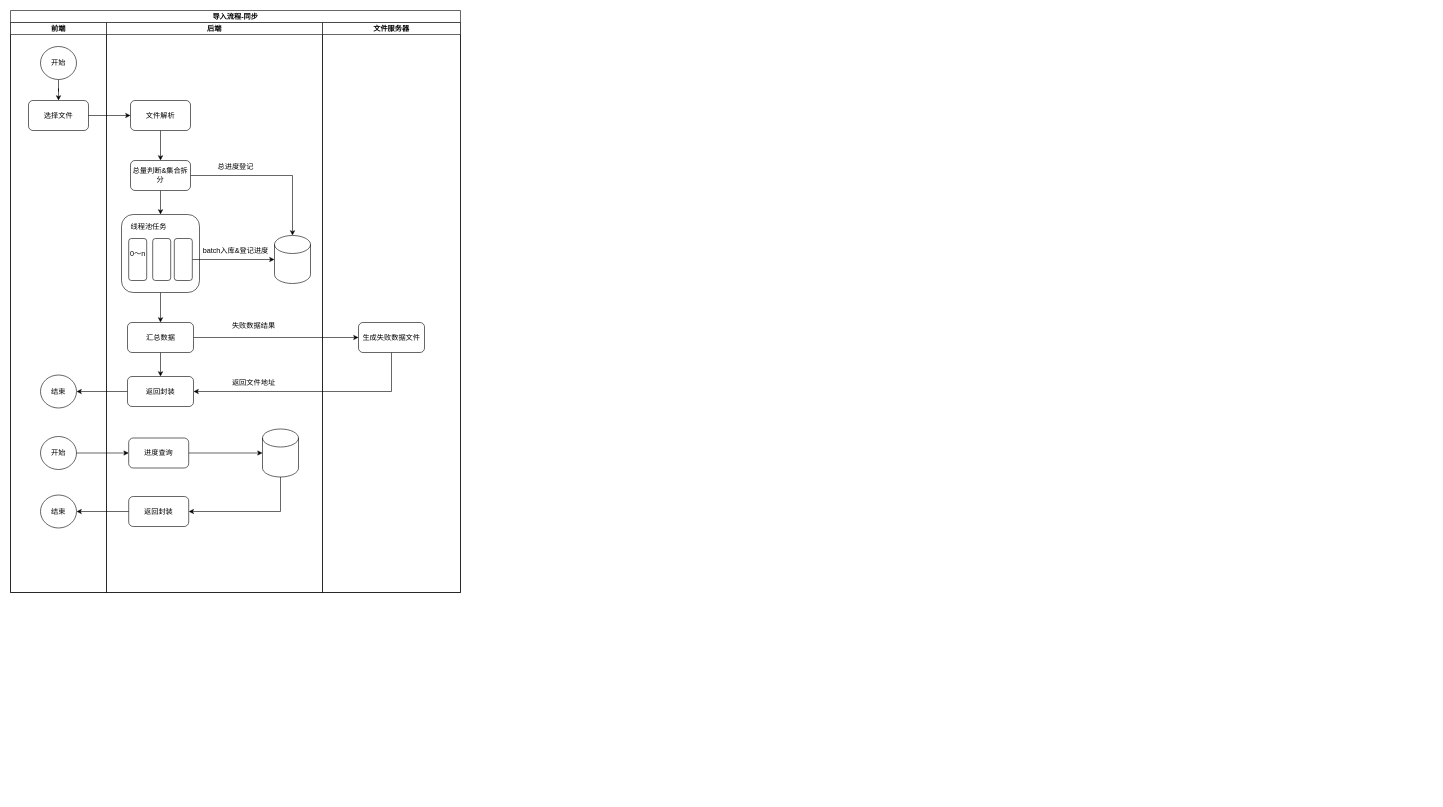
Before: Untitled Diagram.drawio in tongyongpeng/gitTest, a draw.io diagram. Source tidied: cells renumbered, new cells numbered last; positions are measured from the earlier drawing's top-left corner, leaving out a move shared by most shapes. Both pictures are drawn from the tidied source at 60%, with x=0, y=0 at pixel (10, 10).
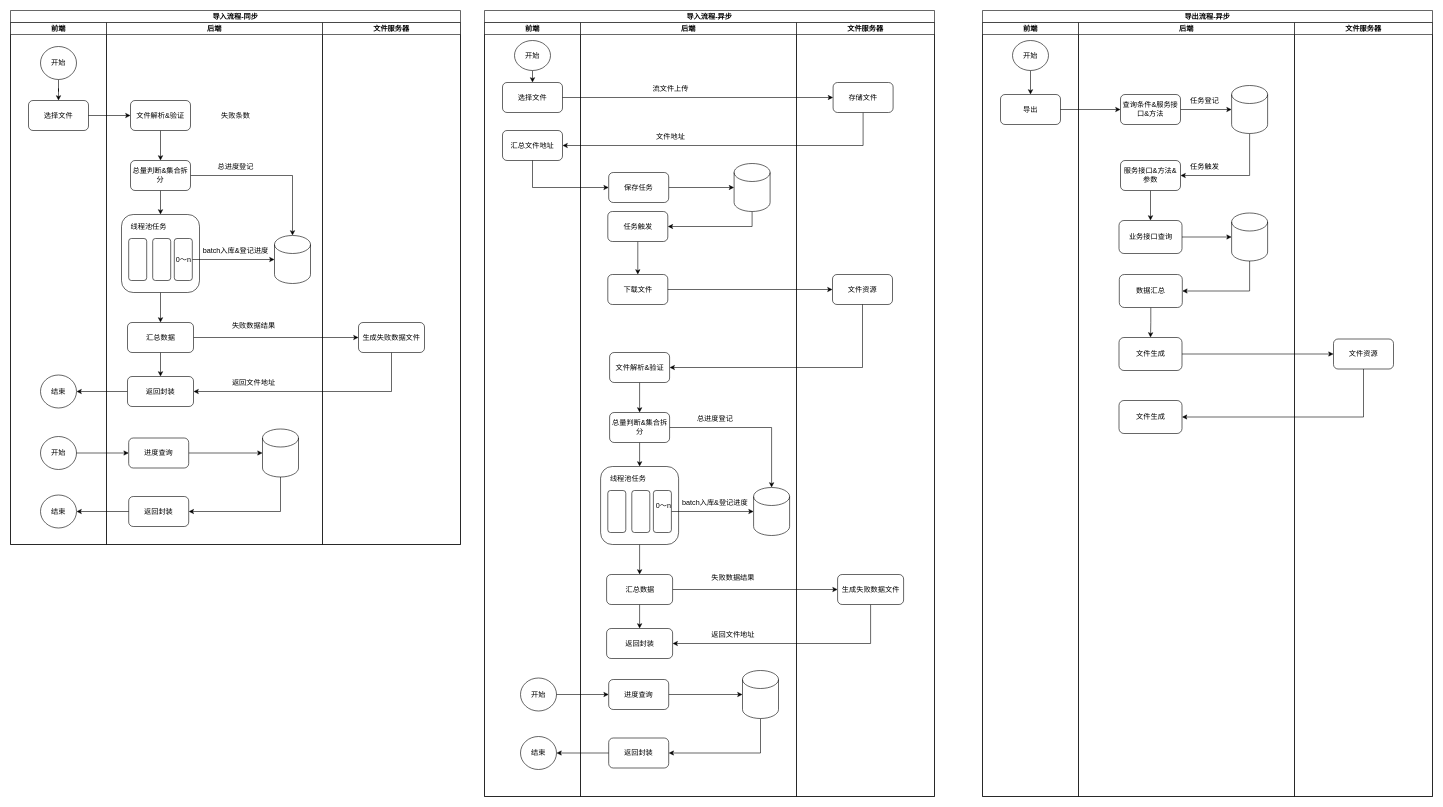
Above is the later version.

The edit, as a diff of the source:
```diff
@@
     <mxCell id="2" value="导入流程-同步" style="swimlane;startSize=20;" parent="1" vertex="1">
-      <mxGeometry width="750" height="970" as="geometry" />
+      <mxGeometry width="750" height="890" as="geometry" />
     </mxCell>
     <mxCell id="3" value="前端" style="swimlane;startSize=20;" parent="2" vertex="1">
-      <mxGeometry y="20" width="160" height="950" as="geometry" />
+      <mxGeometry y="20" width="160" height="870" as="geometry" />
     </mxCell>
@@
     <mxCell id="14" value="后端" style="swimlane;startSize=20;" parent="2" vertex="1">
-      <mxGeometry x="160" y="20" width="360" height="950" as="geometry" />
+      <mxGeometry x="160" y="20" width="360" height="870" as="geometry" />
     </mxCell>
@@
-    <mxCell id="16" value="文件解析" style="rounded=1;whiteSpace=wrap;html=1;" parent="14" vertex="1">
+    <mxCell id="16" value="文件解析&amp;amp;验证" style="rounded=1;whiteSpace=wrap;html=1;" parent="14" vertex="1">
       <mxGeometry x="40" y="130" width="100" height="50" as="geometry" />
     </mxCell>
@@
-    <mxCell id="24" value="0～n" style="text;html=1;align=center;verticalAlign=middle;strokeColor=none;fillColor=none;" parent="14" vertex="1">
-      <mxGeometry x="32" y="375" width="40" height="20" as="geometry" />
-    </mxCell>
@@
+    <mxCell id="24" value="0～n" style="text;html=1;align=center;verticalAlign=middle;strokeColor=none;fillColor=none;" parent="14" vertex="1">
+      <mxGeometry x="108" y="385" width="40" height="20" as="geometry" />
+    </mxCell>
+    <mxCell id="46" value="失败条数" style="text;html=1;align=center;verticalAlign=middle;strokeColor=none;fillColor=none;" parent="14" vertex="1">
+      <mxGeometry x="185" y="145" width="60" height="20" as="geometry" />
+    </mxCell>
     <mxCell id="42" value="文件服务器" style="swimlane;startSize=20;" parent="2" vertex="1">
-      <mxGeometry x="520" y="20" width="230" height="950" as="geometry" />
+      <mxGeometry x="520" y="20" width="230" height="870" as="geometry" />
     </mxCell>
@@
+    <mxCell id="47" value="导入流程-异步" style="swimlane;startSize=20;" parent="1" vertex="1">
+      <mxGeometry x="790" width="750" height="1310" as="geometry" />
+    </mxCell>
+    <mxCell id="48" value="前端" style="swimlane;startSize=20;" parent="47" vertex="1">
+      <mxGeometry y="20" width="160" height="1290" as="geometry" />
+    </mxCell>
+    <mxCell id="49" value="选择文件" style="rounded=1;whiteSpace=wrap;html=1;" parent="48" vertex="1">
+      <mxGeometry x="30" y="100" width="100" height="50" as="geometry" />
+    </mxCell>
+    <mxCell id="50" style="edgeStyle=orthogonalEdgeStyle;rounded=0;jettySize=auto;html=1;exitX=0.5;exitY=1;exitDx=0;exitDy=0;entryX=0.5;entryY=0;entryDx=0;entryDy=0;" parent="48" edge="1" source="51" target="49">
+      <mxGeometry relative="1" as="geometry" />
+    </mxCell>
+    <mxCell id="51" value="开始" style="ellipse;whiteSpace=wrap;html=1;rounded=1;" parent="48" vertex="1">
+      <mxGeometry x="50" y="30" width="60" height="50" as="geometry" />
+    </mxCell>
+    <mxCell id="52" value="开始" style="ellipse;whiteSpace=wrap;html=1;rounded=1;" parent="48" vertex="1">
+      <mxGeometry x="60" y="1092.5" width="60" height="55" as="geometry" />
+    </mxCell>
+    <mxCell id="53" value="结束" style="ellipse;whiteSpace=wrap;html=1;rounded=1;" parent="48" vertex="1">
+      <mxGeometry x="60" y="1190" width="60" height="55" as="geometry" />
+    </mxCell>
+    <mxCell id="54" value="汇总文件地址" style="rounded=1;whiteSpace=wrap;html=1;" parent="48" vertex="1">
+      <mxGeometry x="30" y="180" width="100" height="50" as="geometry" />
+    </mxCell>
+    <mxCell id="55" style="edgeStyle=orthogonalEdgeStyle;rounded=0;jettySize=auto;html=1;exitX=1;exitY=0.5;exitDx=0;exitDy=0;entryX=0;entryY=0.5;entryDx=0;entryDy=0;" parent="47" edge="1" source="73" target="100">
+      <mxGeometry relative="1" as="geometry" />
+    </mxCell>
+    <mxCell id="56" style="edgeStyle=orthogonalEdgeStyle;rounded=0;jettySize=auto;html=1;exitX=0.5;exitY=1;exitDx=0;exitDy=0;entryX=1;entryY=0.5;entryDx=0;entryDy=0;" parent="47" edge="1" source="100" target="76">
+      <mxGeometry relative="1" as="geometry" />
+    </mxCell>
+    <mxCell id="57" value="后端" style="swimlane;startSize=20;" parent="47" vertex="1">
+      <mxGeometry x="160" y="20" width="360" height="1290" as="geometry" />
+    </mxCell>
+    <mxCell id="58" style="edgeStyle=orthogonalEdgeStyle;rounded=0;jettySize=auto;html=1;exitX=0.5;exitY=1;exitDx=0;exitDy=0;entryX=0.5;entryY=0;entryDx=0;entryDy=0;" parent="57" edge="1" source="59" target="62">
+      <mxGeometry relative="1" as="geometry" />
+    </mxCell>
+    <mxCell id="59" value="文件解析&amp;amp;验证" style="rounded=1;whiteSpace=wrap;html=1;" parent="57" vertex="1">
+      <mxGeometry x="48.5" y="550" width="100" height="50" as="geometry" />
+    </mxCell>
+    <mxCell id="60" style="edgeStyle=orthogonalEdgeStyle;rounded=0;jettySize=auto;html=1;exitX=0.5;exitY=1;exitDx=0;exitDy=0;" parent="57" edge="1" source="62" target="64">
+      <mxGeometry relative="1" as="geometry" />
+    </mxCell>
+    <mxCell id="61" style="edgeStyle=orthogonalEdgeStyle;rounded=0;jettySize=auto;html=1;exitX=1;exitY=0.5;exitDx=0;exitDy=0;entryX=0.5;entryY=0;entryDx=0;entryDy=0;entryPerimeter=0;" parent="57" edge="1" source="62" target="70">
+      <mxGeometry relative="1" as="geometry" />
+    </mxCell>
+    <mxCell id="62" value="总量判断&amp;amp;集合拆分" style="rounded=1;whiteSpace=wrap;html=1;" parent="57" vertex="1">
+      <mxGeometry x="48.5" y="650" width="100" height="50" as="geometry" />
+    </mxCell>
+    <mxCell id="63" style="edgeStyle=orthogonalEdgeStyle;rounded=0;jettySize=auto;html=1;exitX=0.5;exitY=1;exitDx=0;exitDy=0;" parent="57" edge="1" source="64" target="73">
+      <mxGeometry relative="1" as="geometry" />
+    </mxCell>
+    <mxCell id="64" style="rounded=1;whiteSpace=wrap;html=1;" parent="57" vertex="1">
+      <mxGeometry x="33.5" y="740" width="130" height="130" as="geometry" />
+    </mxCell>
+    <mxCell id="65" value="线程池任务" style="text;html=1;align=center;verticalAlign=middle;strokeColor=none;fillColor=none;" parent="57" vertex="1">
+      <mxGeometry x="38.5" y="750" width="80" height="20" as="geometry" />
+    </mxCell>
+    <mxCell id="66" style="rounded=1;whiteSpace=wrap;html=1;" parent="57" vertex="1">
+      <mxGeometry x="45.5" y="780" width="30" height="70" as="geometry" />
+    </mxCell>
+    <mxCell id="67" style="rounded=1;whiteSpace=wrap;html=1;" parent="57" vertex="1">
+      <mxGeometry x="85.5" y="780" width="30" height="70" as="geometry" />
+    </mxCell>
+    <mxCell id="68" style="edgeStyle=orthogonalEdgeStyle;rounded=0;jettySize=auto;html=1;exitX=1;exitY=0.5;exitDx=0;exitDy=0;" parent="57" edge="1" source="69" target="70">
+      <mxGeometry relative="1" as="geometry" />
+    </mxCell>
+    <mxCell id="69" style="rounded=1;whiteSpace=wrap;html=1;" parent="57" vertex="1">
+      <mxGeometry x="121.5" y="780" width="30" height="70" as="geometry" />
+    </mxCell>
+    <mxCell id="70" style="shape=cylinder3;whiteSpace=wrap;html=1;boundedLbl=1;backgroundOutline=1;size=15;" parent="57" vertex="1">
+      <mxGeometry x="288.5" y="775" width="60" height="80" as="geometry" />
+    </mxCell>
+    <mxCell id="71" value="batch入库&amp;amp;登记进度" style="text;html=1;align=center;verticalAlign=middle;strokeColor=none;fillColor=none;" parent="57" vertex="1">
+      <mxGeometry x="158.5" y="790" width="130" height="20" as="geometry" />
+    </mxCell>
+    <mxCell id="72" style="edgeStyle=orthogonalEdgeStyle;rounded=0;jettySize=auto;html=1;exitX=0.5;exitY=1;exitDx=0;exitDy=0;" parent="57" edge="1" source="73" target="76">
+      <mxGeometry relative="1" as="geometry" />
+    </mxCell>
+    <mxCell id="73" style="rounded=1;whiteSpace=wrap;html=1;" parent="57" vertex="1">
+      <mxGeometry x="43.5" y="920" width="110" height="50" as="geometry" />
+    </mxCell>
+    <mxCell id="74" value="汇总数据" style="text;html=1;align=center;verticalAlign=middle;strokeColor=none;fillColor=none;" parent="57" vertex="1">
+      <mxGeometry x="68.5" y="935" width="60" height="20" as="geometry" />
+    </mxCell>
+    <mxCell id="75" value="失败数据结果" style="text;html=1;align=center;verticalAlign=middle;strokeColor=none;fillColor=none;" parent="57" vertex="1">
+      <mxGeometry x="208.5" y="915" width="90" height="20" as="geometry" />
+    </mxCell>
+    <mxCell id="76" value="返回封装" style="rounded=1;whiteSpace=wrap;html=1;" parent="57" vertex="1">
+      <mxGeometry x="43.5" y="1010" width="110" height="50" as="geometry" />
+    </mxCell>
+    <mxCell id="77" value="返回文件地址" style="text;html=1;align=center;verticalAlign=middle;strokeColor=none;fillColor=none;" parent="57" vertex="1">
+      <mxGeometry x="208.5" y="1010" width="90" height="20" as="geometry" />
+    </mxCell>
+    <mxCell id="78" value="总进度登记" style="text;html=1;align=center;verticalAlign=middle;strokeColor=none;fillColor=none;" parent="57" vertex="1">
+      <mxGeometry x="183.5" y="650" width="80" height="20" as="geometry" />
+    </mxCell>
+    <mxCell id="79" style="edgeStyle=orthogonalEdgeStyle;rounded=0;jettySize=auto;html=1;exitX=0.5;exitY=1;exitDx=0;exitDy=0;exitPerimeter=0;entryX=1;entryY=0.5;entryDx=0;entryDy=0;" parent="57" edge="1" source="80" target="83">
+      <mxGeometry relative="1" as="geometry" />
+    </mxCell>
+    <mxCell id="80" style="shape=cylinder3;whiteSpace=wrap;html=1;boundedLbl=1;backgroundOutline=1;size=15;" parent="57" vertex="1">
+      <mxGeometry x="270" y="1080" width="60" height="80" as="geometry" />
+    </mxCell>
+    <mxCell id="81" style="edgeStyle=orthogonalEdgeStyle;rounded=0;jettySize=auto;html=1;exitX=1;exitY=0.5;exitDx=0;exitDy=0;" parent="57" edge="1" source="82" target="80">
+      <mxGeometry relative="1" as="geometry" />
+    </mxCell>
+    <mxCell id="82" value="进度查询" style="rounded=1;whiteSpace=wrap;html=1;" parent="57" vertex="1">
+      <mxGeometry x="47" y="1095" width="100" height="50" as="geometry" />
+    </mxCell>
+    <mxCell id="83" value="返回封装" style="rounded=1;whiteSpace=wrap;html=1;" parent="57" vertex="1">
+      <mxGeometry x="47" y="1192.5" width="100" height="50" as="geometry" />
+    </mxCell>
+    <mxCell id="84" value="0～n" style="text;html=1;align=center;verticalAlign=middle;strokeColor=none;fillColor=none;" parent="57" vertex="1">
+      <mxGeometry x="117.5" y="795" width="40" height="20" as="geometry" />
+    </mxCell>
+    <mxCell id="85" value="流文件上传" style="text;html=1;align=center;verticalAlign=middle;strokeColor=none;fillColor=none;" parent="57" vertex="1">
+      <mxGeometry x="110" y="100" width="80" height="20" as="geometry" />
+    </mxCell>
+    <mxCell id="86" value="文件地址" style="text;html=1;align=center;verticalAlign=middle;strokeColor=none;fillColor=none;" parent="57" vertex="1">
+      <mxGeometry x="120" y="180" width="60" height="20" as="geometry" />
+    </mxCell>
+    <mxCell id="87" style="edgeStyle=orthogonalEdgeStyle;rounded=0;jettySize=auto;html=1;exitX=1;exitY=0.5;exitDx=0;exitDy=0;" parent="57" edge="1" source="88" target="90">
+      <mxGeometry relative="1" as="geometry" />
+    </mxCell>
+    <mxCell id="88" value="保存任务" style="rounded=1;whiteSpace=wrap;html=1;" parent="57" vertex="1">
+      <mxGeometry x="47" y="250" width="100" height="50" as="geometry" />
+    </mxCell>
+    <mxCell id="89" style="edgeStyle=orthogonalEdgeStyle;rounded=0;jettySize=auto;html=1;exitX=0.5;exitY=1;exitDx=0;exitDy=0;exitPerimeter=0;entryX=1;entryY=0.5;entryDx=0;entryDy=0;" parent="57" edge="1" source="90" target="92">
+      <mxGeometry relative="1" as="geometry" />
+    </mxCell>
+    <mxCell id="90" style="shape=cylinder3;whiteSpace=wrap;html=1;boundedLbl=1;backgroundOutline=1;size=15;" parent="57" vertex="1">
+      <mxGeometry x="256" y="235" width="60" height="80" as="geometry" />
+    </mxCell>
+    <mxCell id="91" style="edgeStyle=orthogonalEdgeStyle;rounded=0;jettySize=auto;html=1;exitX=0.5;exitY=1;exitDx=0;exitDy=0;" parent="57" edge="1" source="92" target="93">
+      <mxGeometry relative="1" as="geometry" />
+    </mxCell>
+    <mxCell id="92" value="任务触发" style="rounded=1;whiteSpace=wrap;html=1;" parent="57" vertex="1">
+      <mxGeometry x="45.5" y="315" width="100" height="50" as="geometry" />
+    </mxCell>
+    <mxCell id="93" value="下载文件" style="rounded=1;whiteSpace=wrap;html=1;" parent="57" vertex="1">
+      <mxGeometry x="45.5" y="420" width="100" height="50" as="geometry" />
+    </mxCell>
+    <mxCell id="94" style="edgeStyle=orthogonalEdgeStyle;rounded=0;jettySize=auto;html=1;exitX=1;exitY=0.5;exitDx=0;exitDy=0;" parent="47" edge="1" source="52" target="82">
+      <mxGeometry relative="1" as="geometry" />
+    </mxCell>
+    <mxCell id="95" style="edgeStyle=orthogonalEdgeStyle;rounded=0;jettySize=auto;html=1;exitX=0;exitY=0.5;exitDx=0;exitDy=0;" parent="47" edge="1" source="83" target="53">
+      <mxGeometry relative="1" as="geometry" />
+    </mxCell>
+    <mxCell id="96" style="edgeStyle=orthogonalEdgeStyle;rounded=0;jettySize=auto;html=1;exitX=1;exitY=0.5;exitDx=0;exitDy=0;entryX=0;entryY=0.5;entryDx=0;entryDy=0;" parent="47" edge="1" source="49" target="101">
+      <mxGeometry relative="1" as="geometry" />
+    </mxCell>
+    <mxCell id="97" style="edgeStyle=orthogonalEdgeStyle;rounded=0;jettySize=auto;html=1;exitX=0.5;exitY=1;exitDx=0;exitDy=0;entryX=1;entryY=0.5;entryDx=0;entryDy=0;" parent="47" edge="1" source="101" target="54">
+      <mxGeometry relative="1" as="geometry" />
+    </mxCell>
+    <mxCell id="98" style="edgeStyle=orthogonalEdgeStyle;rounded=0;jettySize=auto;html=1;exitX=0.5;exitY=1;exitDx=0;exitDy=0;entryX=0;entryY=0.5;entryDx=0;entryDy=0;" parent="47" edge="1" source="54" target="88">
+      <mxGeometry relative="1" as="geometry" />
+    </mxCell>
+    <mxCell id="99" value="文件服务器" style="swimlane;startSize=20;" parent="47" vertex="1">
+      <mxGeometry x="520" y="20" width="230" height="1290" as="geometry" />
+    </mxCell>
+    <mxCell id="100" value="生成失败数据文件" style="rounded=1;whiteSpace=wrap;html=1;" parent="99" vertex="1">
+      <mxGeometry x="68.5" y="920" width="110" height="50" as="geometry" />
+    </mxCell>
+    <mxCell id="101" value="存储文件" style="rounded=1;whiteSpace=wrap;html=1;" parent="99" vertex="1">
+      <mxGeometry x="61" y="100" width="100" height="50" as="geometry" />
+    </mxCell>
+    <mxCell id="102" value="文件资源" style="rounded=1;whiteSpace=wrap;html=1;" parent="99" vertex="1">
+      <mxGeometry x="60" y="420" width="100" height="50" as="geometry" />
+    </mxCell>
+    <mxCell id="103" style="edgeStyle=orthogonalEdgeStyle;rounded=0;jettySize=auto;html=1;exitX=1;exitY=0.5;exitDx=0;exitDy=0;entryX=0;entryY=0.5;entryDx=0;entryDy=0;" parent="47" edge="1" source="93" target="102">
+      <mxGeometry relative="1" as="geometry" />
+    </mxCell>
+    <mxCell id="104" style="edgeStyle=orthogonalEdgeStyle;rounded=0;jettySize=auto;html=1;exitX=0.5;exitY=1;exitDx=0;exitDy=0;entryX=1;entryY=0.5;entryDx=0;entryDy=0;" parent="47" edge="1" source="102" target="59">
+      <mxGeometry relative="1" as="geometry" />
+    </mxCell>
+    <mxCell id="105" value="导出流程-异步" style="swimlane;startSize=20;" parent="1" vertex="1">
+      <mxGeometry x="1620" width="750" height="1310" as="geometry" />
+    </mxCell>
+    <mxCell id="106" value="前端" style="swimlane;startSize=20;" parent="105" vertex="1">
+      <mxGeometry y="20" width="160" height="1290" as="geometry" />
+    </mxCell>
+    <mxCell id="107" style="edgeStyle=orthogonalEdgeStyle;rounded=0;jettySize=auto;html=1;exitX=0.5;exitY=1;exitDx=0;exitDy=0;" parent="106" edge="1" source="108" target="109">
+      <mxGeometry relative="1" as="geometry" />
+    </mxCell>
+    <mxCell id="108" value="开始" style="ellipse;whiteSpace=wrap;html=1;rounded=1;" parent="106" vertex="1">
+      <mxGeometry x="50" y="30" width="60" height="50" as="geometry" />
+    </mxCell>
+    <mxCell id="109" value="导出" style="rounded=1;whiteSpace=wrap;html=1;" parent="106" vertex="1">
+      <mxGeometry x="30" y="120" width="100" height="50" as="geometry" />
+    </mxCell>
+    <mxCell id="110" value="后端" style="swimlane;startSize=20;" parent="105" vertex="1">
+      <mxGeometry x="160" y="20" width="360" height="1290" as="geometry" />
+    </mxCell>
+    <mxCell id="111" style="edgeStyle=orthogonalEdgeStyle;rounded=0;jettySize=auto;html=1;exitX=0.5;exitY=1;exitDx=0;exitDy=0;exitPerimeter=0;entryX=1;entryY=0.5;entryDx=0;entryDy=0;" parent="110" edge="1" source="112" target="117">
+      <mxGeometry relative="1" as="geometry" />
+    </mxCell>
+    <mxCell id="112" style="shape=cylinder3;whiteSpace=wrap;html=1;boundedLbl=1;backgroundOutline=1;size=15;" parent="110" vertex="1">
+      <mxGeometry x="255.2" y="105" width="60" height="80" as="geometry" />
+    </mxCell>
+    <mxCell id="113" style="edgeStyle=orthogonalEdgeStyle;rounded=0;jettySize=auto;html=1;exitX=1;exitY=0.5;exitDx=0;exitDy=0;" parent="110" edge="1" source="114" target="112">
+      <mxGeometry relative="1" as="geometry" />
+    </mxCell>
+    <mxCell id="114" value="查询条件&amp;amp;服务接口&amp;amp;方法" style="rounded=1;whiteSpace=wrap;html=1;" parent="110" vertex="1">
+      <mxGeometry x="70" y="120" width="100" height="50" as="geometry" />
+    </mxCell>
+    <mxCell id="115" value="任务登记" style="text;html=1;align=center;verticalAlign=middle;strokeColor=none;fillColor=none;" parent="110" vertex="1">
+      <mxGeometry x="180" y="120" width="60" height="20" as="geometry" />
+    </mxCell>
+    <mxCell id="116" style="edgeStyle=orthogonalEdgeStyle;rounded=0;jettySize=auto;html=1;" parent="110" edge="1" source="117" target="120">
+      <mxGeometry relative="1" as="geometry" />
+    </mxCell>
+    <mxCell id="117" value="服务接口&amp;amp;方法&amp;amp;参数" style="rounded=1;whiteSpace=wrap;html=1;" parent="110" vertex="1">
+      <mxGeometry x="70" y="230" width="100" height="50" as="geometry" />
+    </mxCell>
+    <mxCell id="118" value="任务触发" style="text;html=1;align=center;verticalAlign=middle;strokeColor=none;fillColor=none;" parent="110" vertex="1">
+      <mxGeometry x="180" y="230" width="60" height="20" as="geometry" />
+    </mxCell>
+    <mxCell id="119" style="edgeStyle=orthogonalEdgeStyle;rounded=0;jettySize=auto;html=1;exitX=1;exitY=0.5;exitDx=0;exitDy=0;entryX=0;entryY=0.5;entryDx=0;entryDy=0;entryPerimeter=0;" parent="110" edge="1" source="120" target="122">
+      <mxGeometry relative="1" as="geometry" />
+    </mxCell>
+    <mxCell id="120" value="业务接口查询" style="whiteSpace=wrap;html=1;rounded=1;" parent="110" vertex="1">
+      <mxGeometry x="67.5" y="330" width="105" height="55" as="geometry" />
+    </mxCell>
+    <mxCell id="121" style="edgeStyle=orthogonalEdgeStyle;rounded=0;jettySize=auto;html=1;exitX=0.5;exitY=1;exitDx=0;exitDy=0;exitPerimeter=0;entryX=1;entryY=0.5;entryDx=0;entryDy=0;" parent="110" edge="1" source="122" target="124">
+      <mxGeometry relative="1" as="geometry" />
+    </mxCell>
+    <mxCell id="122" style="shape=cylinder3;whiteSpace=wrap;html=1;boundedLbl=1;backgroundOutline=1;size=15;" parent="110" vertex="1">
+      <mxGeometry x="255.2" y="317.5" width="60" height="80" as="geometry" />
+    </mxCell>
+    <mxCell id="123" style="edgeStyle=orthogonalEdgeStyle;rounded=0;jettySize=auto;html=1;exitX=0.5;exitY=1;exitDx=0;exitDy=0;entryX=0.5;entryY=0;entryDx=0;entryDy=0;" parent="110" edge="1" source="124" target="125">
+      <mxGeometry relative="1" as="geometry" />
+    </mxCell>
+    <mxCell id="124" value="数据汇总" style="whiteSpace=wrap;html=1;rounded=1;" parent="110" vertex="1">
+      <mxGeometry x="68" y="420" width="105" height="55" as="geometry" />
+    </mxCell>
+    <mxCell id="125" value="文件生成" style="whiteSpace=wrap;html=1;rounded=1;" parent="110" vertex="1">
+      <mxGeometry x="67.5" y="525" width="105" height="55" as="geometry" />
+    </mxCell>
+    <mxCell id="126" value="文件生成" style="whiteSpace=wrap;html=1;rounded=1;" parent="110" vertex="1">
+      <mxGeometry x="67.5" y="630" width="105" height="55" as="geometry" />
+    </mxCell>
+    <mxCell id="127" value="文件服务器" style="swimlane;startSize=20;" parent="105" vertex="1">
+      <mxGeometry x="520" y="20" width="230" height="1290" as="geometry" />
+    </mxCell>
+    <mxCell id="128" value="文件资源" style="rounded=1;whiteSpace=wrap;html=1;" parent="127" vertex="1">
+      <mxGeometry x="65" y="527.5" width="100" height="50" as="geometry" />
+    </mxCell>
+    <mxCell id="129" style="edgeStyle=orthogonalEdgeStyle;rounded=0;jettySize=auto;html=1;exitX=1;exitY=0.5;exitDx=0;exitDy=0;entryX=0;entryY=0.5;entryDx=0;entryDy=0;" parent="105" edge="1" source="109" target="114">
+      <mxGeometry relative="1" as="geometry" />
+    </mxCell>
+    <mxCell id="130" style="edgeStyle=orthogonalEdgeStyle;rounded=0;jettySize=auto;html=1;exitX=1;exitY=0.5;exitDx=0;exitDy=0;" parent="105" edge="1" source="125" target="128">
+      <mxGeometry relative="1" as="geometry" />
+    </mxCell>
+    <mxCell id="131" style="edgeStyle=orthogonalEdgeStyle;rounded=0;jettySize=auto;html=1;exitX=0.5;exitY=1;exitDx=0;exitDy=0;entryX=1;entryY=0.5;entryDx=0;entryDy=0;" parent="105" edge="1" source="128" target="126">
+      <mxGeometry relative="1" as="geometry" />
+    </mxCell>
```
